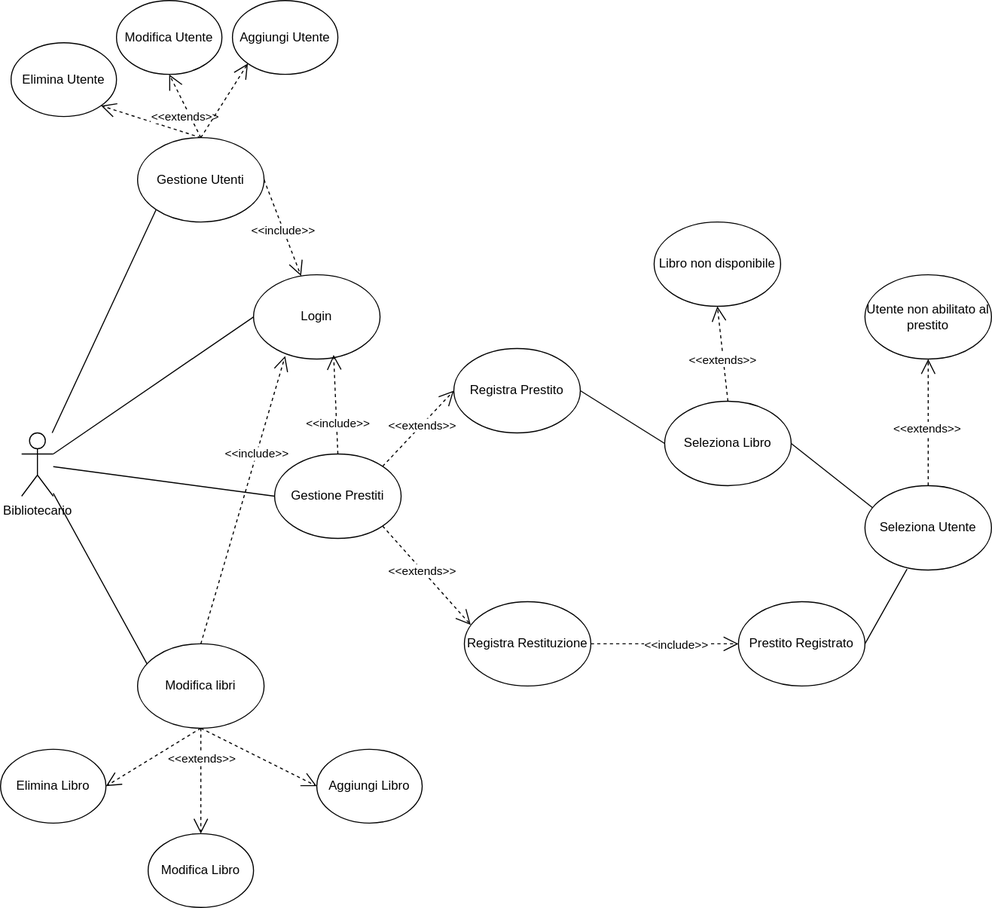
Earlier version of the draw.io export Specifiche/UCDiagram.svg (doppiaaa/Progetto-Biblioteca-Ingegneria-del-Software). Source tidied: cells renumbered, new cells last; positions are measured from the earlier drawing's top-left corner, leaving out a move shared by most shapes.
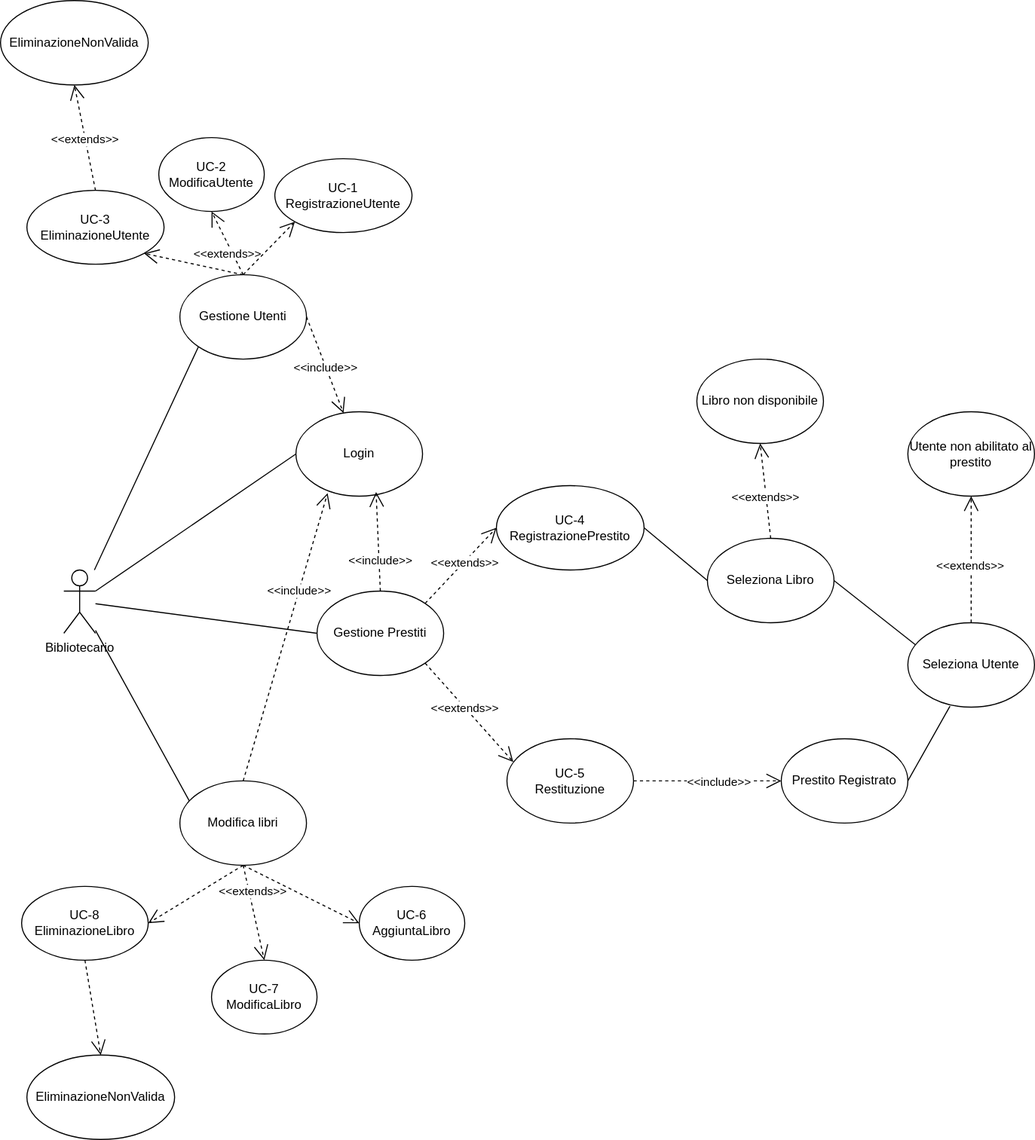
After the commit.

The edit, as a diff of the source:
```diff
@@ -31,8 +31,8 @@
     <mxCell id="10" style="rounded=0;jettySize=auto;html=1;exitX=1;exitY=0.5;exitDx=0;exitDy=0;entryX=0;entryY=0.5;entryDx=0;entryDy=0;endArrow=none;endFill=0;" parent="1" edge="1" source="11" target="34">
       <mxGeometry relative="1" as="geometry" />
     </mxCell>
-    <mxCell id="11" value="Registra Prestito" style="ellipse;whiteSpace=wrap;html=1;" parent="1" vertex="1">
-      <mxGeometry x="430" y="330" width="120" height="80" as="geometry" />
+    <mxCell id="11" value="UC-4&lt;div&gt;RegistrazionePrestito&lt;/div&gt;" style="ellipse;whiteSpace=wrap;html=1;" parent="1" vertex="1">
+      <mxGeometry x="430" y="330" width="140" height="80" as="geometry" />
     </mxCell>
     <mxCell id="12" style="rounded=0;jettySize=auto;html=1;exitX=1;exitY=0.5;exitDx=0;exitDy=0;entryX=0;entryY=0.5;entryDx=0;entryDy=0;dashed=1;endArrow=open;endFill=0;endSize=12;" parent="1" edge="1" source="14" target="40">
       <mxGeometry relative="1" as="geometry" />
@@ -42,7 +42,7 @@
         <mxPoint x="-20" y="-4" as="offset" />
       </mxGeometry>
     </mxCell>
-    <mxCell id="14" value="Registra Restituzione" style="ellipse;whiteSpace=wrap;html=1;" parent="1" vertex="1">
+    <mxCell id="14" value="UC-5&lt;div&gt;Restituzione&lt;/div&gt;" style="ellipse;whiteSpace=wrap;html=1;" parent="1" vertex="1">
       <mxGeometry x="440" y="570" width="120" height="80" as="geometry" />
     </mxCell>
     <mxCell id="15" style="rounded=0;jettySize=auto;html=1;exitX=0.075;exitY=0.238;exitDx=0;exitDy=0;endArrow=none;endFill=0;exitPerimeter=0;" parent="1" edge="1" source="20" target="3">
@@ -65,8 +65,14 @@
     <mxCell id="20" value="Modifica libri" style="ellipse;whiteSpace=wrap;html=1;" parent="1" vertex="1">
       <mxGeometry x="130" y="610" width="120" height="80" as="geometry" />
     </mxCell>
+    <mxCell id="51" style="rounded=0;jettySize=auto;html=1;exitX=0.5;exitY=0;exitDx=0;exitDy=0;entryX=0.5;entryY=1;entryDx=0;entryDy=0;dashed=1;endArrow=open;endFill=0;endSize=12;" parent="1" edge="1" source="21" target="54">
+      <mxGeometry relative="1" as="geometry" />
+    </mxCell>
+    <mxCell id="52" value="&amp;lt;&amp;lt;extends&amp;gt;&amp;gt;" style="edgeLabel;html=1;align=center;verticalAlign=middle;" parent="51" vertex="1">
+      <mxGeometry x="-0.02" y="1" relative="1" as="geometry" />
+    </mxCell>
-    <mxCell id="21" value="&lt;a href=&quot;#8&quot;&gt;Elimina Utente&lt;/a&gt;" style="ellipse;whiteSpace=wrap;html=1;" parent="1" vertex="1">
-      <mxGeometry x="10" y="40" width="100" height="70" as="geometry" />
+    <mxCell id="21" value="UC-3&lt;div&gt;EliminazioneUtente&lt;/div&gt;" style="ellipse;whiteSpace=wrap;html=1;" parent="1" vertex="1">
+      <mxGeometry x="-15" y="50" width="130" height="70" as="geometry" />
     </mxCell>
     <mxCell id="22" style="rounded=0;jettySize=auto;html=1;dashed=1;endArrow=open;endFill=0;exitX=1;exitY=0.5;exitDx=0;exitDy=0;endSize=12;" parent="1" edge="1" source="9" target="24">
       <mxGeometry relative="1" as="geometry" />
@@ -77,19 +83,22 @@
     <mxCell id="24" value="Login" style="ellipse;whiteSpace=wrap;html=1;" parent="1" vertex="1">
       <mxGeometry x="240" y="260" width="120" height="80" as="geometry" />
     </mxCell>
-    <mxCell id="25" value="Modifica Utente" style="ellipse;whiteSpace=wrap;html=1;" parent="1" vertex="1">
+    <mxCell id="25" value="UC-2&lt;div&gt;ModificaUtente&lt;/div&gt;" style="ellipse;whiteSpace=wrap;html=1;" parent="1" vertex="1">
       <mxGeometry x="110" width="100" height="70" as="geometry" />
     </mxCell>
-    <mxCell id="26" value="Aggiungi Utente" style="ellipse;whiteSpace=wrap;html=1;" parent="1" vertex="1">
-      <mxGeometry x="220" width="100" height="70" as="geometry" />
+    <mxCell id="26" value="UC-1&lt;div&gt;RegistrazioneUtente&lt;/div&gt;" style="ellipse;whiteSpace=wrap;html=1;" parent="1" vertex="1">
+      <mxGeometry x="220" y="20" width="130" height="70" as="geometry" />
     </mxCell>
+    <mxCell id="53" style="rounded=0;jettySize=auto;html=1;exitX=0.5;exitY=1;exitDx=0;exitDy=0;entryX=0.5;entryY=0;entryDx=0;entryDy=0;endArrow=open;endFill=0;endSize=12;dashed=1;" parent="1" edge="1" source="27" target="55">
+      <mxGeometry relative="1" as="geometry" />
+    </mxCell>
-    <mxCell id="27" value="Elimina Libro" style="ellipse;whiteSpace=wrap;html=1;" parent="1" vertex="1">
-      <mxGeometry y="710" width="100" height="70" as="geometry" />
+    <mxCell id="27" value="UC-8&lt;div&gt;EliminazioneLibro&lt;/div&gt;" style="ellipse;whiteSpace=wrap;html=1;" parent="1" vertex="1">
+      <mxGeometry x="-20" y="710" width="120" height="70" as="geometry" />
     </mxCell>
-    <mxCell id="28" value="Modifica Libro" style="ellipse;whiteSpace=wrap;html=1;" parent="1" vertex="1">
-      <mxGeometry x="140" y="790" width="100" height="70" as="geometry" />
+    <mxCell id="28" value="UC-7&lt;div&gt;ModificaLibro&lt;/div&gt;" style="ellipse;whiteSpace=wrap;html=1;" parent="1" vertex="1">
+      <mxGeometry x="160" y="780" width="100" height="70" as="geometry" />
     </mxCell>
-    <mxCell id="29" value="Aggiungi Libro" style="ellipse;whiteSpace=wrap;html=1;" parent="1" vertex="1">
+    <mxCell id="29" value="UC-6&lt;div&gt;AggiuntaLibro&lt;/div&gt;" style="ellipse;whiteSpace=wrap;html=1;" parent="1" vertex="1">
       <mxGeometry x="300" y="710" width="100" height="70" as="geometry" />
     </mxCell>
     <mxCell id="30" value="Libro non disponibile" style="ellipse;whiteSpace=wrap;html=1;" parent="1" vertex="1">
@@ -159,5 +168,11 @@
     <mxCell id="50" value="&amp;lt;&amp;lt;include&amp;gt;&amp;gt;" style="edgeLabel;html=1;align=center;verticalAlign=middle;" parent="49" vertex="1">
       <mxGeometry x="0.32" relative="1" as="geometry" />
     </mxCell>
+    <mxCell id="54" value="EliminazioneNonValida" style="ellipse;whiteSpace=wrap;html=1;" parent="1" vertex="1">
+      <mxGeometry x="-40" y="-130" width="140" height="80" as="geometry" />
+    </mxCell>
+    <mxCell id="55" value="EliminazioneNonValida" style="ellipse;whiteSpace=wrap;html=1;" parent="1" vertex="1">
+      <mxGeometry x="-15" y="870" width="140" height="80" as="geometry" />
+    </mxCell>
   </root>
 </mxGraphModel>
```
